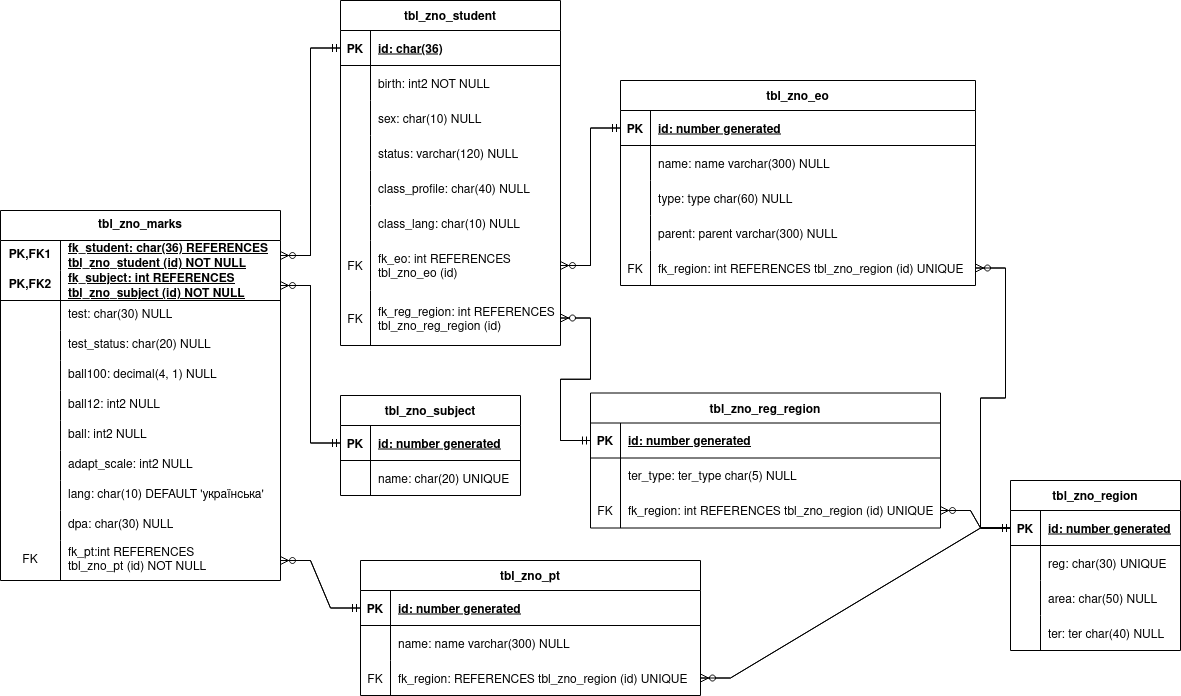
This is DBLab2/physical_scheme.png from pol-31/db_term-6, a draw.io export, as it was before one commit. Source tidied: cells renumbered, new cells last; positions are measured from the earlier drawing's top-left corner, leaving out a move shared by most shapes.
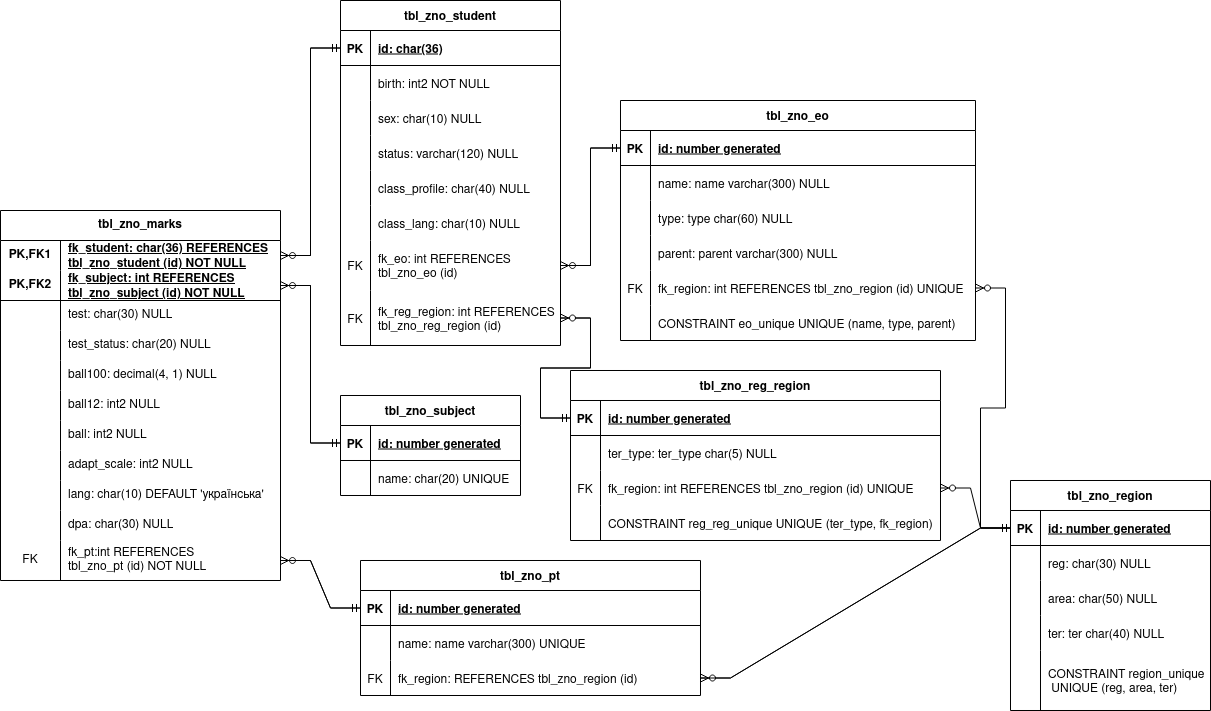
After the change.

What changed in the source:
```diff
@@ -3,43 +3,52 @@
     <mxCell id="0" />
     <mxCell id="1" parent="0" />
     <mxCell id="2" value="tbl_zno_region" style="shape=table;startSize=30;rowLines=0;fontStyle=1;align=center;" parent="1" vertex="1">
-      <mxGeometry x="1010" y="480" width="170" height="170" as="geometry" />
+      <mxGeometry x="1010" y="480" width="200" height="230" as="geometry" />
     </mxCell>
     <mxCell id="3" style="shape=partialRectangle;fillColor=none;points=[[0,0.5],[1,0.5]];portConstraint=eastwest;top=0;left=0;right=0;bottom=1;" parent="2" vertex="1">
-      <mxGeometry y="30" width="170" height="35" as="geometry" />
+      <mxGeometry y="30" width="200" height="35" as="geometry" />
     </mxCell>
     <mxCell id="4" value="PK" style="shape=partialRectangle;overflow=hidden;fillColor=none;top=0;left=0;bottom=0;right=0;fontStyle=1;" parent="3" vertex="1">
       <mxGeometry width="30" height="35" as="geometry" />
     </mxCell>
     <mxCell id="5" value="id: number generated" style="shape=partialRectangle;overflow=hidden;fillColor=none;top=0;left=0;bottom=0;right=0;align=left;spacingLeft=6;fontStyle=5;" parent="3" vertex="1">
-      <mxGeometry x="30" width="140" height="35" as="geometry" />
+      <mxGeometry x="30" width="170" height="35" as="geometry" />
     </mxCell>
     <mxCell id="6" style="shape=partialRectangle;fillColor=none;top=0;left=0;right=0;bottom=0;" parent="2" vertex="1">
-      <mxGeometry y="65" width="170" height="35" as="geometry" />
+      <mxGeometry y="65" width="200" height="35" as="geometry" />
     </mxCell>
     <mxCell id="7" style="shape=partialRectangle;overflow=hidden;fillColor=none;top=0;left=0;bottom=0;right=0;" parent="6" vertex="1">
       <mxGeometry width="30" height="35" as="geometry" />
     </mxCell>
-    <mxCell id="8" value="reg: char(30) UNIQUE" style="shape=partialRectangle;overflow=hidden;fillColor=none;top=0;left=0;bottom=0;right=0;align=left;spacingLeft=6;" parent="6" vertex="1">
-      <mxGeometry x="30" width="140" height="35" as="geometry" />
+    <mxCell id="8" value="reg: char(30) NULL" style="shape=partialRectangle;overflow=hidden;fillColor=none;top=0;left=0;bottom=0;right=0;align=left;spacingLeft=6;" parent="6" vertex="1">
+      <mxGeometry x="30" width="170" height="35" as="geometry" />
     </mxCell>
     <mxCell id="9" style="shape=partialRectangle;fillColor=none;top=0;left=0;right=0;bottom=0;" parent="2" vertex="1">
-      <mxGeometry y="100" width="170" height="35" as="geometry" />
+      <mxGeometry y="100" width="200" height="35" as="geometry" />
     </mxCell>
     <mxCell id="10" style="shape=partialRectangle;overflow=hidden;fillColor=none;top=0;left=0;bottom=0;right=0;" parent="9" vertex="1">
       <mxGeometry width="30" height="35" as="geometry" />
     </mxCell>
     <mxCell id="11" value="area: char(50) NULL" style="shape=partialRectangle;overflow=hidden;fillColor=none;top=0;left=0;bottom=0;right=0;align=left;spacingLeft=6;" parent="9" vertex="1">
-      <mxGeometry x="30" width="140" height="35" as="geometry" />
+      <mxGeometry x="30" width="170" height="35" as="geometry" />
     </mxCell>
+    <mxCell id="133" style="shape=partialRectangle;fillColor=none;top=0;left=0;right=0;bottom=0;" parent="2" vertex="1">
+      <mxGeometry y="135" width="200" height="35" as="geometry" />
+    </mxCell>
+    <mxCell id="134" style="shape=partialRectangle;overflow=hidden;fillColor=none;top=0;left=0;bottom=0;right=0;" parent="133" vertex="1">
+      <mxGeometry width="30" height="35" as="geometry" />
+    </mxCell>
+    <mxCell id="135" value="ter: ter char(40) NULL" style="shape=partialRectangle;overflow=hidden;fillColor=none;top=0;left=0;bottom=0;right=0;align=left;spacingLeft=6;" parent="133" vertex="1">
+      <mxGeometry x="30" width="170" height="35" as="geometry" />
+    </mxCell>
     <mxCell id="12" style="shape=partialRectangle;fillColor=none;top=0;left=0;right=0;bottom=0;" parent="2" vertex="1">
-      <mxGeometry y="135" width="170" height="35" as="geometry" />
+      <mxGeometry y="170" width="200" height="60" as="geometry" />
     </mxCell>
     <mxCell id="13" style="shape=partialRectangle;overflow=hidden;fillColor=none;top=0;left=0;bottom=0;right=0;" parent="12" vertex="1">
-      <mxGeometry width="30" height="35" as="geometry" />
+      <mxGeometry width="30" height="60" as="geometry" />
     </mxCell>
-    <mxCell id="14" value="ter: ter char(40) NULL" style="shape=partialRectangle;overflow=hidden;fillColor=none;top=0;left=0;bottom=0;right=0;align=left;spacingLeft=6;" parent="12" vertex="1">
-      <mxGeometry x="30" width="140" height="35" as="geometry" />
+    <mxCell id="14" value="CONSTRAINT region_unique&#10; UNIQUE (reg, area, ter)" style="shape=partialRectangle;overflow=hidden;fillColor=none;top=0;left=0;bottom=0;right=0;align=left;spacingLeft=6;" parent="12" vertex="1">
+      <mxGeometry x="30" width="170" height="60" as="geometry" />
     </mxCell>
     <mxCell id="15" value="tbl_zno_pt" style="shape=table;startSize=30;rowLines=0;fontStyle=1;align=center;" parent="1" vertex="1">
       <mxGeometry x="360" y="560" width="340" height="135" as="geometry" />
@@ -59,7 +68,7 @@
     <mxCell id="20" style="shape=partialRectangle;overflow=hidden;fillColor=none;top=0;left=0;bottom=0;right=0;" parent="19" vertex="1">
       <mxGeometry width="30" height="35" as="geometry" />
     </mxCell>
-    <mxCell id="21" value="name: name varchar(300) NULL" style="shape=partialRectangle;overflow=hidden;fillColor=none;top=0;left=0;bottom=0;right=0;align=left;spacingLeft=6;" parent="19" vertex="1">
+    <mxCell id="21" value="name: name varchar(300) UNIQUE" style="shape=partialRectangle;overflow=hidden;fillColor=none;top=0;left=0;bottom=0;right=0;align=left;spacingLeft=6;" parent="19" vertex="1">
       <mxGeometry x="30" width="310" height="35" as="geometry" />
     </mxCell>
     <mxCell id="22" style="shape=partialRectangle;fillColor=none;points=[[0,0.5],[1,0.5]];portConstraint=eastwest;top=0;left=0;right=0;bottom=0;" parent="15" vertex="1">
@@ -68,41 +77,11 @@
     <mxCell id="23" value="FK" style="shape=partialRectangle;overflow=hidden;fillColor=none;top=0;left=0;bottom=0;right=0;" parent="22" vertex="1">
       <mxGeometry width="30" height="35" as="geometry" />
     </mxCell>
-    <mxCell id="24" value="fk_region: REFERENCES tbl_zno_region (id) UNIQUE" style="shape=partialRectangle;overflow=hidden;fillColor=none;top=0;left=0;bottom=0;right=0;align=left;spacingLeft=6;" parent="22" vertex="1">
+    <mxCell id="24" value="fk_region: REFERENCES tbl_zno_region (id)" style="shape=partialRectangle;overflow=hidden;fillColor=none;top=0;left=0;bottom=0;right=0;align=left;spacingLeft=6;" parent="22" vertex="1">
       <mxGeometry x="30" width="310" height="35" as="geometry" />
     </mxCell>
-    <mxCell id="25" value="tbl_zno_reg_region" style="shape=table;startSize=30;rowLines=0;fontStyle=1;align=center;" parent="1" vertex="1">
-      <mxGeometry x="590" y="392.5" width="350" height="135" as="geometry" />
-    </mxCell>
-    <mxCell id="26" style="shape=partialRectangle;fillColor=none;points=[[0,0.5],[1,0.5]];portConstraint=eastwest;top=0;left=0;right=0;bottom=1;" parent="25" vertex="1">
-      <mxGeometry y="30" width="350" height="35" as="geometry" />
-    </mxCell>
-    <mxCell id="27" value="PK" style="shape=partialRectangle;overflow=hidden;fillColor=none;top=0;left=0;bottom=0;right=0;fontStyle=1;" parent="26" vertex="1">
-      <mxGeometry width="30" height="35" as="geometry" />
-    </mxCell>
-    <mxCell id="28" value="id: number generated" style="shape=partialRectangle;overflow=hidden;fillColor=none;top=0;left=0;bottom=0;right=0;align=left;spacingLeft=6;fontStyle=5;" parent="26" vertex="1">
-      <mxGeometry x="30" width="320" height="35" as="geometry" />
-    </mxCell>
-    <mxCell id="29" style="shape=partialRectangle;fillColor=none;top=0;left=0;right=0;bottom=0;" parent="25" vertex="1">
-      <mxGeometry y="65" width="350" height="35" as="geometry" />
-    </mxCell>
-    <mxCell id="30" style="shape=partialRectangle;overflow=hidden;fillColor=none;top=0;left=0;bottom=0;right=0;" parent="29" vertex="1">
-      <mxGeometry width="30" height="35" as="geometry" />
-    </mxCell>
-    <mxCell id="31" value="ter_type: ter_type char(5) NULL" style="shape=partialRectangle;overflow=hidden;fillColor=none;top=0;left=0;bottom=0;right=0;align=left;spacingLeft=6;" parent="29" vertex="1">
-      <mxGeometry x="30" width="320" height="35" as="geometry" />
-    </mxCell>
-    <mxCell id="32" style="shape=partialRectangle;fillColor=none;points=[[0,0.5],[1,0.5]];portConstraint=eastwest;top=0;left=0;right=0;bottom=0;" parent="25" vertex="1">
-      <mxGeometry y="100" width="350" height="35" as="geometry" />
-    </mxCell>
-    <mxCell id="33" value="FK" style="shape=partialRectangle;overflow=hidden;fillColor=none;top=0;left=0;bottom=0;right=0;" parent="32" vertex="1">
-      <mxGeometry width="30" height="35" as="geometry" />
-    </mxCell>
-    <mxCell id="34" value="fk_region: int REFERENCES tbl_zno_region (id) UNIQUE" style="shape=partialRectangle;overflow=hidden;fillColor=none;top=0;left=0;bottom=0;right=0;align=left;spacingLeft=6;" parent="32" vertex="1">
-      <mxGeometry x="30" width="320" height="35" as="geometry" />
-    </mxCell>
     <mxCell id="35" value="tbl_zno_eo" style="shape=table;startSize=30;rowLines=0;fontStyle=1;align=center;" parent="1" vertex="1">
-      <mxGeometry x="620" y="80" width="355" height="205" as="geometry" />
+      <mxGeometry x="620" y="100" width="355" height="240" as="geometry" />
     </mxCell>
     <mxCell id="36" style="shape=partialRectangle;fillColor=none;points=[[0,0.5],[1,0.5]];portConstraint=eastwest;top=0;left=0;right=0;bottom=1;" parent="35" vertex="1">
       <mxGeometry y="30" width="355" height="35" as="geometry" />
@@ -140,13 +119,22 @@
     <mxCell id="47" value="parent: parent varchar(300) NULL" style="shape=partialRectangle;overflow=hidden;fillColor=none;top=0;left=0;bottom=0;right=0;align=left;spacingLeft=6;" parent="45" vertex="1">
       <mxGeometry x="30" width="325" height="35" as="geometry" />
     </mxCell>
+    <mxCell id="136" style="shape=partialRectangle;fillColor=none;points=[[0,0.5],[1,0.5]];portConstraint=eastwest;top=0;left=0;right=0;bottom=0;" parent="35" vertex="1">
+      <mxGeometry y="170" width="355" height="35" as="geometry" />
+    </mxCell>
+    <mxCell id="137" value="FK" style="shape=partialRectangle;overflow=hidden;fillColor=none;top=0;left=0;bottom=0;right=0;" parent="136" vertex="1">
+      <mxGeometry width="30" height="35" as="geometry" />
+    </mxCell>
+    <mxCell id="138" value="fk_region: int REFERENCES tbl_zno_region (id) UNIQUE" style="shape=partialRectangle;overflow=hidden;fillColor=none;top=0;left=0;bottom=0;right=0;align=left;spacingLeft=6;" parent="136" vertex="1">
+      <mxGeometry x="30" width="325" height="35" as="geometry" />
+    </mxCell>
     <mxCell id="48" style="shape=partialRectangle;fillColor=none;points=[[0,0.5],[1,0.5]];portConstraint=eastwest;top=0;left=0;right=0;bottom=0;" parent="35" vertex="1">
-      <mxGeometry y="170" width="355" height="35" as="geometry" />
+      <mxGeometry y="205" width="355" height="35" as="geometry" />
     </mxCell>
-    <mxCell id="49" value="FK" style="shape=partialRectangle;overflow=hidden;fillColor=none;top=0;left=0;bottom=0;right=0;" parent="48" vertex="1">
+    <mxCell id="49" style="shape=partialRectangle;overflow=hidden;fillColor=none;top=0;left=0;bottom=0;right=0;" parent="48" vertex="1">
       <mxGeometry width="30" height="35" as="geometry" />
     </mxCell>
-    <mxCell id="50" value="fk_region: int REFERENCES tbl_zno_region (id) UNIQUE" style="shape=partialRectangle;overflow=hidden;fillColor=none;top=0;left=0;bottom=0;right=0;align=left;spacingLeft=6;" parent="48" vertex="1">
+    <mxCell id="50" value="CONSTRAINT eo_unique UNIQUE (name, type, parent)" style="shape=partialRectangle;overflow=hidden;fillColor=none;top=0;left=0;bottom=0;right=0;align=left;spacingLeft=6;" parent="48" vertex="1">
       <mxGeometry x="30" width="325" height="35" as="geometry" />
     </mxCell>
     <mxCell id="51" value="tbl_zno_subject" style="shape=table;startSize=30;rowLines=0;fontStyle=1;align=center;" parent="1" vertex="1">
@@ -365,21 +353,15 @@
     <mxCell id="122" style="edgeStyle=entityRelationEdgeStyle;fontSize=12;html=1;endArrow=ERzeroToMany;endFill=1;rounded=0;entryX=1;entryY=0.5;entryDx=0;entryDy=0;exitX=0;exitY=0.5;exitDx=0;exitDy=0;" parent="1" edge="1" source="52" target="87">
       <mxGeometry relative="1" as="geometry" />
     </mxCell>
-    <mxCell id="123" style="edgeStyle=entityRelationEdgeStyle;fontSize=12;html=1;endArrow=ERzeroToMany;endFill=1;rounded=0;entryX=1;entryY=0.5;entryDx=0;entryDy=0;exitX=0;exitY=0.5;exitDx=0;exitDy=0;" parent="1" edge="1" source="3" target="32">
+    <mxCell id="123" style="edgeStyle=entityRelationEdgeStyle;fontSize=12;html=1;endArrow=ERzeroToMany;endFill=1;rounded=0;entryX=1;entryY=0.5;entryDx=0;entryDy=0;exitX=0;exitY=0.5;exitDx=0;exitDy=0;" parent="1" edge="1" source="3" target="139">
       <mxGeometry relative="1" as="geometry" />
     </mxCell>
-    <mxCell id="124" style="edgeStyle=entityRelationEdgeStyle;fontSize=12;html=1;endArrow=ERzeroToMany;endFill=1;rounded=0;entryX=1;entryY=0.5;entryDx=0;entryDy=0;exitX=0;exitY=0.5;exitDx=0;exitDy=0;" parent="1" edge="1" source="3" target="48">
+    <mxCell id="124" style="edgeStyle=entityRelationEdgeStyle;fontSize=12;html=1;endArrow=ERzeroToMany;endFill=1;rounded=0;entryX=1;entryY=0.5;entryDx=0;entryDy=0;exitX=0;exitY=0.5;exitDx=0;exitDy=0;" parent="1" edge="1" source="3" target="136">
       <mxGeometry relative="1" as="geometry" />
     </mxCell>
     <mxCell id="125" style="edgeStyle=entityRelationEdgeStyle;fontSize=12;html=1;endArrow=ERzeroToMany;endFill=1;rounded=0;entryX=1;entryY=0.5;entryDx=0;entryDy=0;exitX=0;exitY=0.5;exitDx=0;exitDy=0;" parent="1" edge="1" source="3" target="22">
       <mxGeometry relative="1" as="geometry" />
     </mxCell>
-    <mxCell id="126" style="edgeStyle=entityRelationEdgeStyle;fontSize=12;html=1;endArrow=ERmandOne;rounded=0;entryX=0;entryY=0.5;entryDx=0;entryDy=0;exitX=1;exitY=0.5;exitDx=0;exitDy=0;" parent="1" edge="1" source="48" target="3">
-      <mxGeometry relative="1" as="geometry" />
-    </mxCell>
-    <mxCell id="127" style="edgeStyle=entityRelationEdgeStyle;fontSize=12;html=1;endArrow=ERmandOne;rounded=0;entryX=0;entryY=0.5;entryDx=0;entryDy=0;exitX=1;exitY=0.5;exitDx=0;exitDy=0;" parent="1" edge="1" source="32" target="3">
-      <mxGeometry relative="1" as="geometry" />
-    </mxCell>
     <mxCell id="128" style="edgeStyle=entityRelationEdgeStyle;fontSize=12;html=1;endArrow=ERmandOne;rounded=0;entryX=0;entryY=0.5;entryDx=0;entryDy=0;exitX=1;exitY=0.5;exitDx=0;exitDy=0;" parent="1" edge="1" source="22" target="3">
       <mxGeometry relative="1" as="geometry" />
     </mxCell>
@@ -395,5 +377,44 @@
     <mxCell id="132" style="edgeStyle=entityRelationEdgeStyle;fontSize=12;html=1;endArrow=ERmandOne;rounded=0;entryX=0;entryY=0.5;entryDx=0;entryDy=0;exitX=1;exitY=0.5;exitDx=0;exitDy=0;" parent="1" edge="1" source="77" target="36">
       <mxGeometry relative="1" as="geometry" />
     </mxCell>
+    <mxCell id="25" value="tbl_zno_reg_region" style="shape=table;startSize=30;rowLines=0;fontStyle=1;align=center;" parent="1" vertex="1">
+      <mxGeometry x="570" y="370" width="370" height="170" as="geometry" />
+    </mxCell>
+    <mxCell id="26" style="shape=partialRectangle;fillColor=none;points=[[0,0.5],[1,0.5]];portConstraint=eastwest;top=0;left=0;right=0;bottom=1;" parent="25" vertex="1">
+      <mxGeometry y="30" width="370" height="35" as="geometry" />
+    </mxCell>
+    <mxCell id="27" value="PK" style="shape=partialRectangle;overflow=hidden;fillColor=none;top=0;left=0;bottom=0;right=0;fontStyle=1;" parent="26" vertex="1">
+      <mxGeometry width="30" height="35" as="geometry" />
+    </mxCell>
+    <mxCell id="28" value="id: number generated" style="shape=partialRectangle;overflow=hidden;fillColor=none;top=0;left=0;bottom=0;right=0;align=left;spacingLeft=6;fontStyle=5;" parent="26" vertex="1">
+      <mxGeometry x="30" width="340" height="35" as="geometry" />
+    </mxCell>
+    <mxCell id="29" style="shape=partialRectangle;fillColor=none;top=0;left=0;right=0;bottom=0;" parent="25" vertex="1">
+      <mxGeometry y="65" width="370" height="35" as="geometry" />
+    </mxCell>
+    <mxCell id="30" style="shape=partialRectangle;overflow=hidden;fillColor=none;top=0;left=0;bottom=0;right=0;" parent="29" vertex="1">
+      <mxGeometry width="30" height="35" as="geometry" />
+    </mxCell>
+    <mxCell id="31" value="ter_type: ter_type char(5) NULL" style="shape=partialRectangle;overflow=hidden;fillColor=none;top=0;left=0;bottom=0;right=0;align=left;spacingLeft=6;" parent="29" vertex="1">
+      <mxGeometry x="30" width="340" height="35" as="geometry" />
+    </mxCell>
+    <mxCell id="139" style="shape=partialRectangle;fillColor=none;points=[[0,0.5],[1,0.5]];portConstraint=eastwest;top=0;left=0;right=0;bottom=0;" parent="25" vertex="1">
+      <mxGeometry y="100" width="370" height="35" as="geometry" />
+    </mxCell>
+    <mxCell id="140" value="FK" style="shape=partialRectangle;overflow=hidden;fillColor=none;top=0;left=0;bottom=0;right=0;" parent="139" vertex="1">
+      <mxGeometry width="30" height="35" as="geometry" />
+    </mxCell>
+    <mxCell id="141" value="fk_region: int REFERENCES tbl_zno_region (id) UNIQUE" style="shape=partialRectangle;overflow=hidden;fillColor=none;top=0;left=0;bottom=0;right=0;align=left;spacingLeft=6;" parent="139" vertex="1">
+      <mxGeometry x="30" width="340" height="35" as="geometry" />
+    </mxCell>
+    <mxCell id="32" style="shape=partialRectangle;fillColor=none;points=[[0,0.5],[1,0.5]];portConstraint=eastwest;top=0;left=0;right=0;bottom=0;" parent="25" vertex="1">
+      <mxGeometry y="135" width="370" height="35" as="geometry" />
+    </mxCell>
+    <mxCell id="33" style="shape=partialRectangle;overflow=hidden;fillColor=none;top=0;left=0;bottom=0;right=0;" parent="32" vertex="1">
+      <mxGeometry width="30" height="35" as="geometry" />
+    </mxCell>
+    <mxCell id="34" value="CONSTRAINT reg_reg_unique UNIQUE (ter_type, fk_region)" style="shape=partialRectangle;overflow=hidden;fillColor=none;top=0;left=0;bottom=0;right=0;align=left;spacingLeft=6;" parent="32" vertex="1">
+      <mxGeometry x="30" width="340" height="35" as="geometry" />
+    </mxCell>
   </root>
 </mxGraphModel>
```
